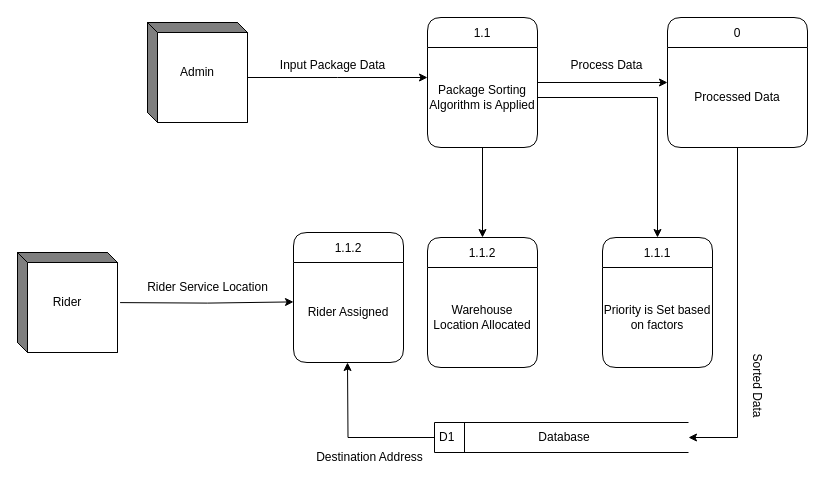
Earlier version of the draw.io diagram page "Page-20" (20 of 24) of Activity Diagram UC-1.drawio (IamSaqibJaved/Diagrams). Source tidied: cells renumbered, new cells numbered last; positions are measured from the earlier drawing's top-left corner, leaving out a move shared by most shapes. Both pictures are drawn from the tidied source at 100%, with x=0, y=0 at pixel (17, 17).
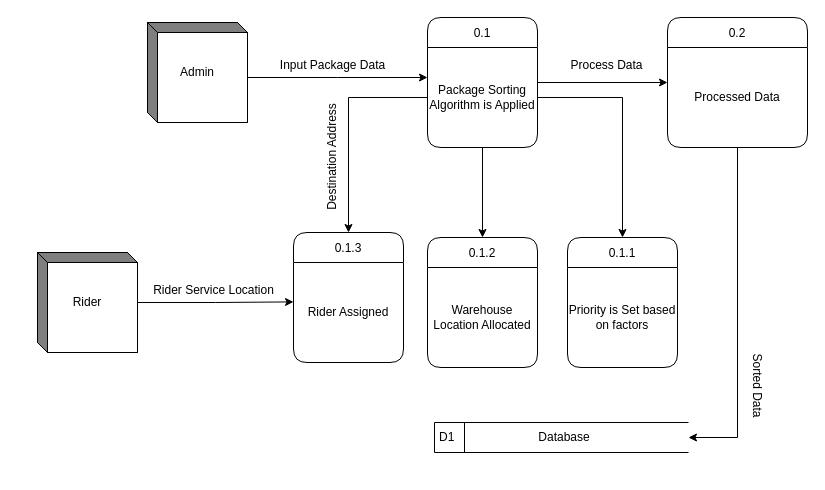
After the change.

The change refers to these unchanged cells:
```xml
<mxCell id="6" value="D1" style="html=1;dashed=0;whiteSpace=wrap;shape=mxgraph.dfd.dataStoreID;align=left;spacingLeft=3;points=[[0,0],[0.5,0],[1,0],[0,0.5],[1,0.5],[0,1],[0.5,1],[1,1]];" parent="1" vertex="1">
  <mxGeometry x="417" y="405" width="254" height="30" as="geometry" />
</mxCell>
<mxCell id="9" value="Package Sorting Algorithm is Applied" style="text;html=1;align=center;verticalAlign=middle;whiteSpace=wrap;rounded=0;" parent="8" vertex="1">
  <mxGeometry y="30" width="110" height="100" as="geometry" />
</mxCell>
<mxCell id="12" value="Processed Data" style="text;html=1;align=center;verticalAlign=middle;whiteSpace=wrap;rounded=0;" parent="11" vertex="1">
  <mxGeometry y="30" width="140" height="100" as="geometry" />
</mxCell>
```

What changed in the source:
```diff
@@
     <mxCell id="4" value="Rider" style="html=1;dashed=0;whiteSpace=wrap;shape=mxgraph.dfd.externalEntity;" parent="1" vertex="1">
-      <mxGeometry y="235" width="100" height="100" as="geometry" />
+      <mxGeometry x="20" y="235" width="100" height="100" as="geometry" />
     </mxCell>
-    <mxCell id="5" style="edgeStyle=orthogonalEdgeStyle;rounded=0;jettySize=auto;html=1;" parent="1" edge="1" source="6">
-      <mxGeometry relative="1" as="geometry">
-        <mxPoint x="330" y="345" as="targetPoint" />
-      </mxGeometry>
-    </mxCell>
@@
-    <mxCell id="8" value="1.1" style="swimlane;fontStyle=0;horizontal=1;startSize=30;fillColor=#ffffff;swimlaneFillColor=#ffffff;rounded=1;" parent="1" vertex="1">
+    <mxCell id="8" value="0.1" style="swimlane;fontStyle=0;horizontal=1;startSize=30;fillColor=#ffffff;swimlaneFillColor=#ffffff;rounded=1;" parent="1" vertex="1">
       <mxGeometry x="410" width="110" height="130" as="geometry" />
     </mxCell>
@@
-    <mxCell id="11" value="0" style="swimlane;fontStyle=0;horizontal=1;startSize=30;fillColor=#ffffff;swimlaneFillColor=#ffffff;rounded=1;" parent="1" vertex="1">
+    <mxCell id="11" value="0.2" style="swimlane;fontStyle=0;horizontal=1;startSize=30;fillColor=#ffffff;swimlaneFillColor=#ffffff;rounded=1;" parent="1" vertex="1">
       <mxGeometry x="650" width="140" height="130" as="geometry" />
     </mxCell>
@@
     <mxCell id="15" style="edgeStyle=orthogonalEdgeStyle;rounded=0;jettySize=auto;html=1;entryX=1;entryY=0.5;entryDx=0;entryDy=0;" parent="1" edge="1" source="12" target="6">
-      <mxGeometry relative="1" as="geometry" />
+      <mxGeometry relative="1" as="geometry">
+        <Array as="points">
+          <mxPoint x="720" y="420" />
+        </Array>
+      </mxGeometry>
     </mxCell>
@@
-    <mxCell id="17" value="1.1.1" style="swimlane;fontStyle=0;horizontal=1;startSize=30;fillColor=#ffffff;swimlaneFillColor=#ffffff;rounded=1;" parent="1" vertex="1">
-      <mxGeometry x="585" y="220" width="110" height="130" as="geometry" />
+    <mxCell id="17" value="0.1.1" style="swimlane;fontStyle=0;horizontal=1;startSize=30;fillColor=#ffffff;swimlaneFillColor=#ffffff;rounded=1;" parent="1" vertex="1">
+      <mxGeometry x="550" y="220" width="110" height="130" as="geometry" />
     </mxCell>
@@
-    <mxCell id="19" style="edgeStyle=orthogonalEdgeStyle;rounded=0;jettySize=auto;html=1;entryX=0.5;entryY=0;entryDx=0;entryDy=0;" parent="1" edge="1" source="9" target="17">
-      <mxGeometry relative="1" as="geometry" />
-    </mxCell>
-    <mxCell id="20" value="1.1.2" style="swimlane;fontStyle=0;horizontal=1;startSize=30;fillColor=#ffffff;swimlaneFillColor=#ffffff;rounded=1;" parent="1" vertex="1">
+    <mxCell id="20" value="0.1.2" style="swimlane;fontStyle=0;horizontal=1;startSize=30;fillColor=#ffffff;swimlaneFillColor=#ffffff;rounded=1;" parent="1" vertex="1">
       <mxGeometry x="410" y="220" width="110" height="130" as="geometry" />
     </mxCell>
@@
-    <mxCell id="23" value="1.1.2" style="swimlane;fontStyle=0;horizontal=1;startSize=30;fillColor=#ffffff;swimlaneFillColor=#ffffff;rounded=1;" parent="1" vertex="1">
+    <mxCell id="23" value="0.1.3" style="swimlane;fontStyle=0;horizontal=1;startSize=30;fillColor=#ffffff;swimlaneFillColor=#ffffff;rounded=1;" parent="1" vertex="1">
       <mxGeometry x="276" y="215" width="110" height="130" as="geometry" />
     </mxCell>
@@
-    <mxCell id="25" value="Destination Address" style="text;html=1;align=center;verticalAlign=middle;strokeColor=none;fillColor=none;" parent="1" vertex="1">
-      <mxGeometry x="287" y="425" width="130" height="30" as="geometry" />
+    <mxCell id="25" value="Destination Address" style="text;html=1;align=center;verticalAlign=middle;strokeColor=none;fillColor=none;rotation=-90;" parent="1" vertex="1">
+      <mxGeometry x="250" y="125" width="130" height="30" as="geometry" />
     </mxCell>
-    <mxCell id="26" style="edgeStyle=orthogonalEdgeStyle;rounded=0;orthogonalLoop=1;jettySize=auto;html=1;exitX=0;exitY=0;exitDx=100;exitDy=55;exitPerimeter=0;entryX=-0.024;entryY=0.443;entryDx=0;entryDy=0;entryPerimeter=0;" parent="1" edge="1">
+    <mxCell id="26" style="edgeStyle=orthogonalEdgeStyle;rounded=0;jettySize=auto;html=1;exitX=1;exitY=0.511;exitDx=0;exitDy=0;exitPerimeter=0;entryX=-0.024;entryY=0.443;entryDx=0;entryDy=0;entryPerimeter=0;" parent="1" edge="1" source="4">
       <mxGeometry relative="1" as="geometry">
-        <mxPoint x="102.6" y="285.1" as="sourcePoint" />
         <mxPoint x="276" y="284.4" as="targetPoint" />
+        <Array as="points">
+          <mxPoint x="120" y="285" />
+          <mxPoint x="198" y="285" />
+        </Array>
       </mxGeometry>
     </mxCell>
     <mxCell id="27" value="Rider Service Location" style="text;html=1;align=center;verticalAlign=middle;strokeColor=none;fillColor=none;" parent="1" vertex="1">
-      <mxGeometry x="120" y="255" width="140" height="30" as="geometry" />
+      <mxGeometry x="126" y="258" width="140" height="30" as="geometry" />
     </mxCell>
+    <mxCell id="28" style="edgeStyle=orthogonalEdgeStyle;rounded=0;jettySize=auto;html=1;exitX=0;exitY=0.5;exitDx=0;exitDy=0;entryX=0.5;entryY=0;entryDx=0;entryDy=0;" parent="1" edge="1" source="9" target="23">
+      <mxGeometry relative="1" as="geometry" />
+    </mxCell>
+    <mxCell id="19" style="edgeStyle=orthogonalEdgeStyle;rounded=0;jettySize=auto;html=1;exitX=1;exitY=0.5;exitDx=0;exitDy=0;entryX=0.5;entryY=0;entryDx=0;entryDy=0;" parent="1" edge="1" source="9" target="17">
+      <mxGeometry relative="1" as="geometry" />
+    </mxCell>
```
